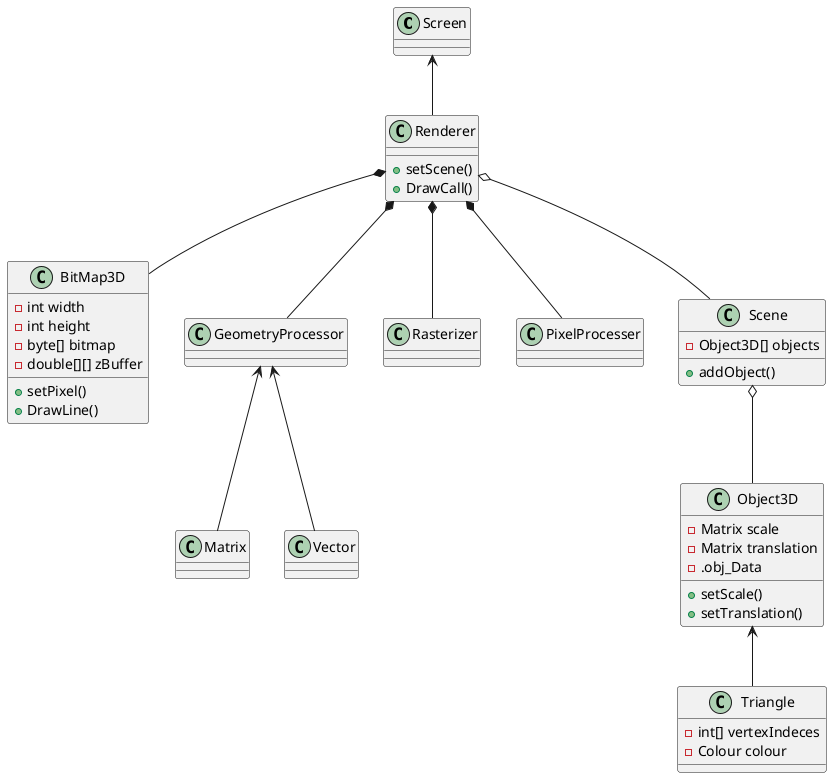
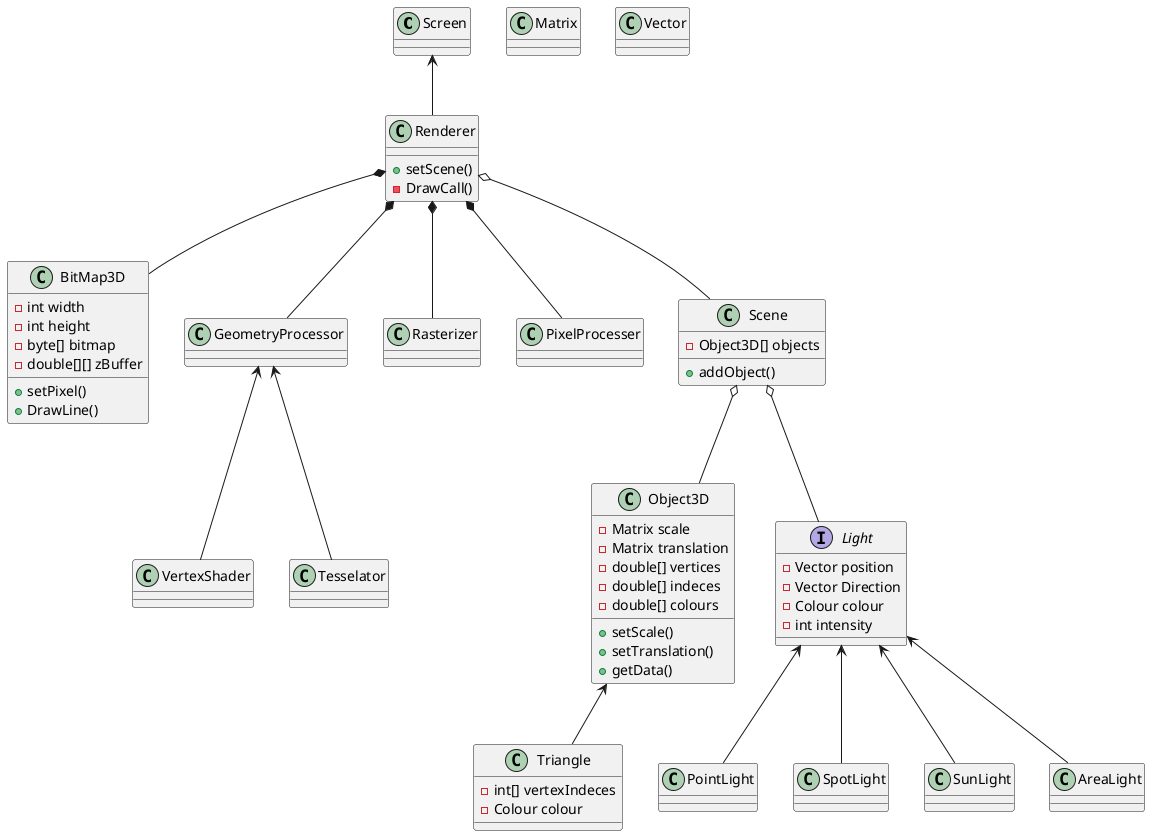
@startuml overview

- 'abstraction of the raylib windows I will be drawing into
- 'handles interaction between the screen and the bitmap/byte array/raylib texture thing that renderer will draw into.
- class Screen {
+ '========================================== BOILER PLATE ==========================================

- }
+ class Screen {}
+ Screen <-- Renderer

- 'implements the graphics rendering pipeline, consisiting of its different stages
+ '========================================== RENDERER ==========================================
+ 
class Renderer {
    +setScene()
-     +DrawCall()
+     -DrawCall()
}
- 'bitmap that stores the 'rendered' graphics, the screen thread still has to read from this though
class BitMap3D {
    -int width
    -int height
    -byte[] bitmap
    -double[][] zBuffer
    +setPixel()
    +DrawLine()
}
- 'graphics rendering pipeline classes that the renderer will be composed of
class GeometryProcessor {}
class Rasterizer {}
class PixelProcesser {}

- 'stores objects and lights and a camera
+ Renderer *-- GeometryProcessor
+ Renderer *-- Rasterizer
+ Renderer *-- PixelProcesser
+ Renderer *-- BitMap3D
+ Renderer o-- Scene
+ 
+ GeometryProcessor <-- VertexShader
+ GeometryProcessor <-- Tesselator
+ 
+ '========================================== SCENE ==========================================
class Scene {
    -Object3D[] objects
    +addObject()
}
- 
- 'stores objects imported from blender in the wavefront (.obj) format
- 'if i want to add a pbr texture to it, i do that in code
class Object3D {
    -Matrix scale
    -Matrix translation
-     -.obj_Data
+     -double[] vertices
+     -double[] indeces
+     -double[] colours
    +setScale()
    +setTranslation()
+     +getData()
}
- 
- 'utillity classes
class Triangle {
    -int[] vertexIndeces
    -Colour colour
}
+ interface Light {
+     -Vector position
+     -Vector Direction
+     -Colour colour
+     -int intensity
+ }
+ class PointLight {}
+ class SpotLight {}
+ class SunLight {}
+ class AreaLight {}
+ 
+ Scene o-- Object3D
+ Scene o-- Light
+ Object3D <-- Triangle
+ Light <-- PointLight
+ Light <-- SpotLight
+ Light <-- SunLight
+ Light <-- AreaLight
+ 
+ '========================================== UTILITY ==========================================
class Matrix {

}
class Vector {

}

- Screen <-- Renderer
- Renderer *-- GeometryProcessor
- Renderer *-- Rasterizer
- Renderer *-- PixelProcesser
- Renderer *-- BitMap3D
- Renderer o-- Scene
- Scene o-- Object3D
- Object3D <-- Triangle
- GeometryProcessor <-- Matrix
- GeometryProcessor <-- Vector
- 
- 
@enduml